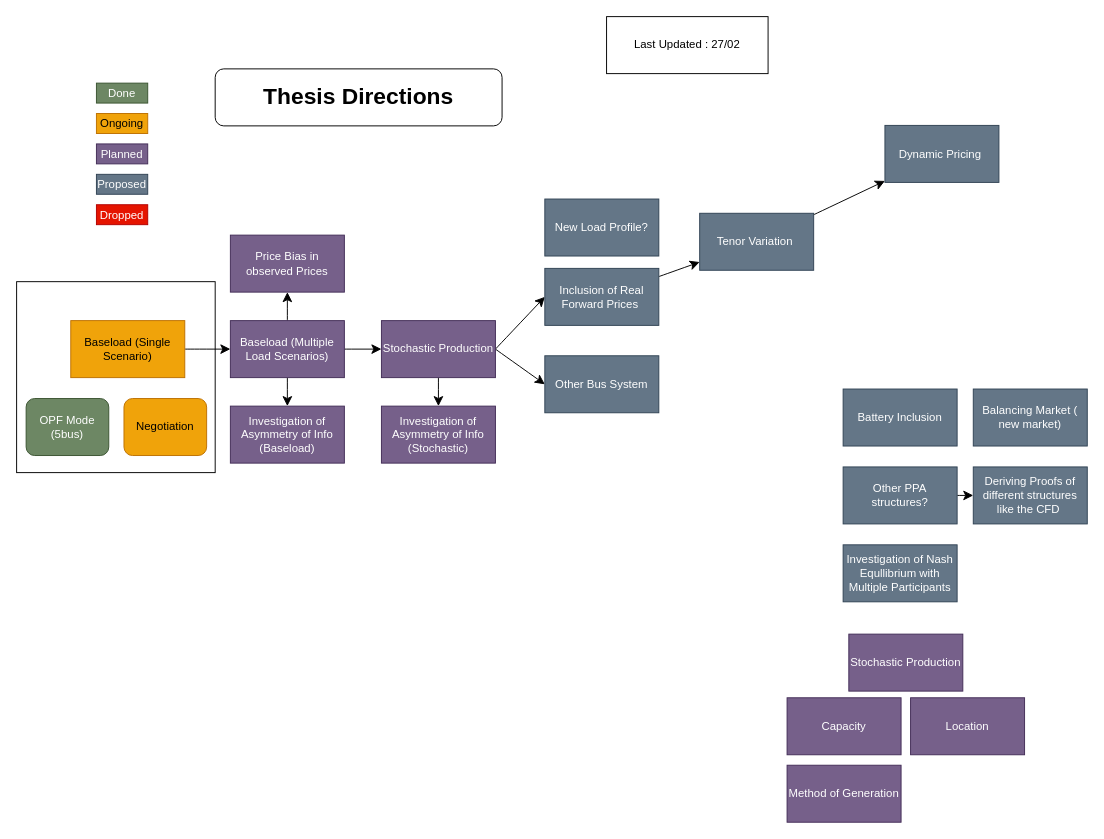
Above: Project_Extensions_direction.drawio in AndersDHansen/Thesis-Repository (draw.io), before the change. Source tidied: cells renumbered, new cells numbered last; positions are measured from the earlier drawing's top-left corner, leaving out a move shared by most shapes. Both pictures are drawn from the tidied source at 95%, with x=0, y=0 at pixel (16, 16).
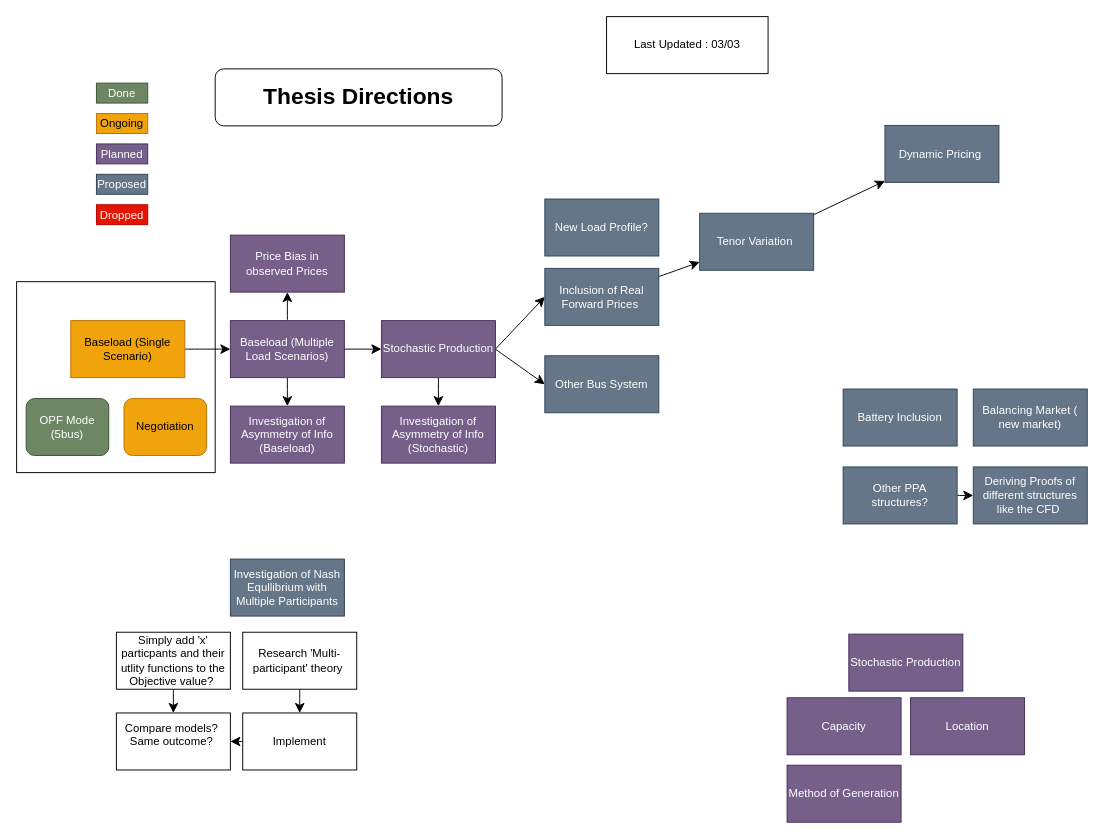
After the change.

Diff of the diagram source:
```diff
@@
-    <mxCell id="25" value="Last Updated : 27/02" style="rounded=0;whiteSpace=wrap;html=1;" parent="1" vertex="1">
+    <mxCell id="25" value="Last Updated : 03/03" style="rounded=0;whiteSpace=wrap;html=1;" parent="1" vertex="1">
       <mxGeometry x="621" width="170" height="60" as="geometry" />
     </mxCell>
@@
     <mxCell id="29" value="Investigation of Nash Equllibrium with Multiple Participants" style="rounded=0;whiteSpace=wrap;html=1;fillColor=#647687;fontColor=#ffffff;strokeColor=#314354;" parent="1" vertex="1">
-      <mxGeometry x="870" y="556" width="120" height="60" as="geometry" />
+      <mxGeometry x="225" y="571" width="120" height="60" as="geometry" />
     </mxCell>
@@
+    <mxCell id="43" style="edgeStyle=none;curved=1;rounded=0;jettySize=auto;html=1;fontSize=12;startSize=8;endSize=8;" parent="1" edge="1" source="44" target="49">
+      <mxGeometry relative="1" as="geometry" />
+    </mxCell>
+    <mxCell id="44" value="Simply add 'x' particpants and their utlity functions to the Objective value?&amp;nbsp;" style="rounded=0;whiteSpace=wrap;html=1;" parent="1" vertex="1">
+      <mxGeometry x="105" y="648" width="120" height="60" as="geometry" />
+    </mxCell>
+    <mxCell id="45" style="edgeStyle=none;curved=1;rounded=0;jettySize=auto;html=1;fontSize=12;startSize=8;endSize=8;" parent="1" edge="1" source="46" target="48">
+      <mxGeometry relative="1" as="geometry" />
+    </mxCell>
+    <mxCell id="46" value="Research 'Multi-participant' theory&amp;nbsp;" style="rounded=0;whiteSpace=wrap;html=1;" parent="1" vertex="1">
+      <mxGeometry x="238" y="648" width="120" height="60" as="geometry" />
+    </mxCell>
+    <mxCell id="47" style="edgeStyle=none;curved=1;rounded=0;jettySize=auto;html=1;exitX=0;exitY=0.5;exitDx=0;exitDy=0;entryX=1;entryY=0.5;entryDx=0;entryDy=0;fontSize=12;startSize=8;endSize=8;" parent="1" edge="1" source="48" target="49">
+      <mxGeometry relative="1" as="geometry" />
+    </mxCell>
+    <mxCell id="48" value="Implement" style="rounded=0;whiteSpace=wrap;html=1;" parent="1" vertex="1">
+      <mxGeometry x="238" y="733" width="120" height="60" as="geometry" />
+    </mxCell>
+    <mxCell id="49" value="Compare models?&amp;nbsp;&lt;br&gt;Same outcome?&amp;nbsp;&lt;div&gt;&lt;br/&gt;&lt;/div&gt;" style="rounded=0;whiteSpace=wrap;html=1;" parent="1" vertex="1">
+      <mxGeometry x="105" y="733" width="120" height="60" as="geometry" />
+    </mxCell>
```
